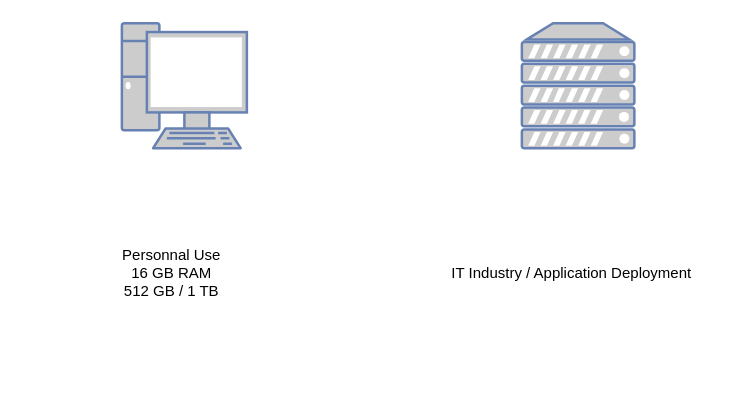
This is Untitled Diagram.drawio from vigneshsweekaran/drawio, a draw.io file, before an edit. Source tidied: cells renumbered, new cells numbered last; positions are measured from the earlier drawing's top-left corner, leaving out a move shared by most shapes. Both pictures are drawn from the tidied source at 125%, with x=0, y=0 at pixel (21, 22).
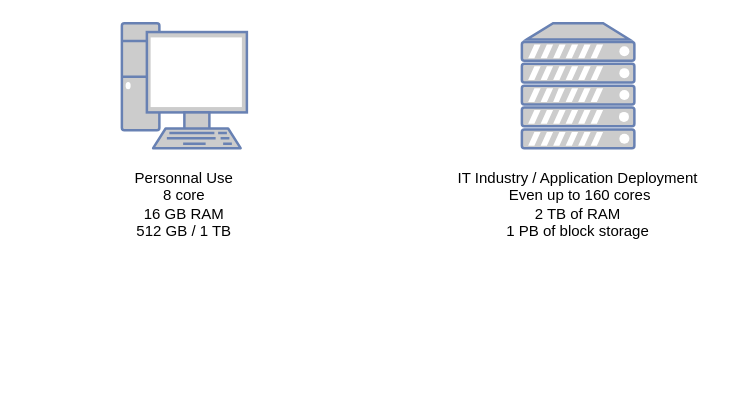
Above is the later version.

Diff of the diagram source:
```diff
@@
 <mxGraphModel>
   <root>
     <mxCell id="0" />
     <mxCell id="1" parent="0" />
     <mxCell id="2" style="fontColor=#0066CC;verticalAlign=top;verticalLabelPosition=bottom;labelPosition=center;align=center;html=1;fillColor=#CCCCCC;strokeColor=#6881B3;gradientColor=none;gradientDirection=north;strokeWidth=2;shape=mxgraph.networks.pc;" parent="1" vertex="1">
       <mxGeometry x="80" width="100" height="100" as="geometry" />
     </mxCell>
     <mxCell id="3" style="fontColor=#0066CC;verticalAlign=top;verticalLabelPosition=bottom;labelPosition=center;align=center;html=1;fillColor=#CCCCCC;strokeColor=#6881B3;gradientColor=none;gradientDirection=north;strokeWidth=2;shape=mxgraph.networks.server;" parent="1" vertex="1">
       <mxGeometry x="400" width="90" height="100" as="geometry" />
     </mxCell>
-    <mxCell id="4" value="Personnal Use&lt;br&gt;16 GB RAM&lt;br&gt;512 GB / 1 TB&lt;br&gt;" style="text;html=1;strokeColor=none;fillColor=none;align=center;verticalAlign=middle;whiteSpace=wrap;rounded=0;" parent="1" vertex="1">
-      <mxGeometry y="100" width="240" height="200" as="geometry" />
+    <mxCell id="4" value="Personnal Use&lt;br&gt;8 core&lt;br&gt;16 GB RAM&lt;br&gt;512 GB / 1 TB" style="text;html=1;strokeColor=none;fillColor=none;align=center;verticalAlign=middle;whiteSpace=wrap;rounded=0;" parent="1" vertex="1">
+      <mxGeometry x="10" y="110" width="240" height="70" as="geometry" />
     </mxCell>
-    <mxCell id="5" value="IT Industry / Application Deployment&lt;br&gt;" style="text;html=1;strokeColor=none;fillColor=none;align=center;verticalAlign=middle;whiteSpace=wrap;rounded=0;" parent="1" vertex="1">
-      <mxGeometry x="320" y="100" width="240" height="200" as="geometry" />
+    <mxCell id="5" value="IT Industry / Application Deployment&lt;br&gt;&amp;nbsp;Even up to 160 cores&lt;br&gt;2 TB of RAM&lt;br&gt;1 PB of block storage" style="text;html=1;strokeColor=none;fillColor=none;align=center;verticalAlign=middle;whiteSpace=wrap;rounded=0;" parent="1" vertex="1">
+      <mxGeometry x="325" y="100" width="240" height="90" as="geometry" />
     </mxCell>
   </root>
 </mxGraphModel>
```
